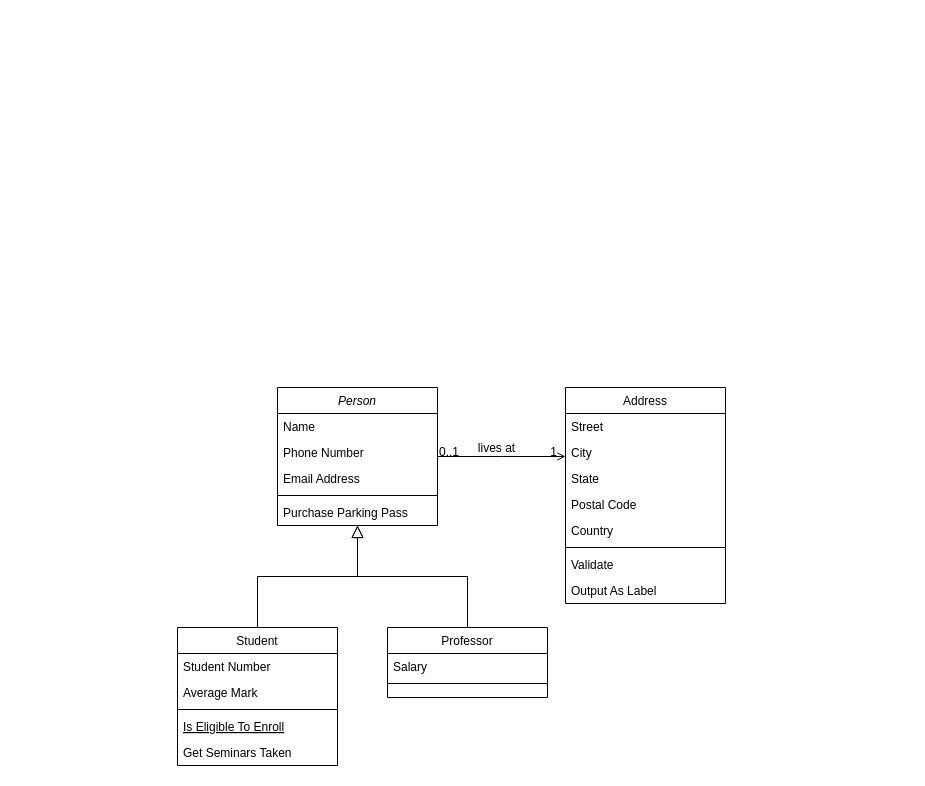
The draw.io diagram Untitled Diagram.drawio in jazzadahack323Gro/Diagrams, before the edit. Source tidied: cells renumbered, new cells numbered last; positions are measured from the earlier drawing's top-left corner, leaving out a move shared by most shapes. Both pictures are drawn from the tidied source at 100%, with x=0, y=0 at pixel (177, 387).
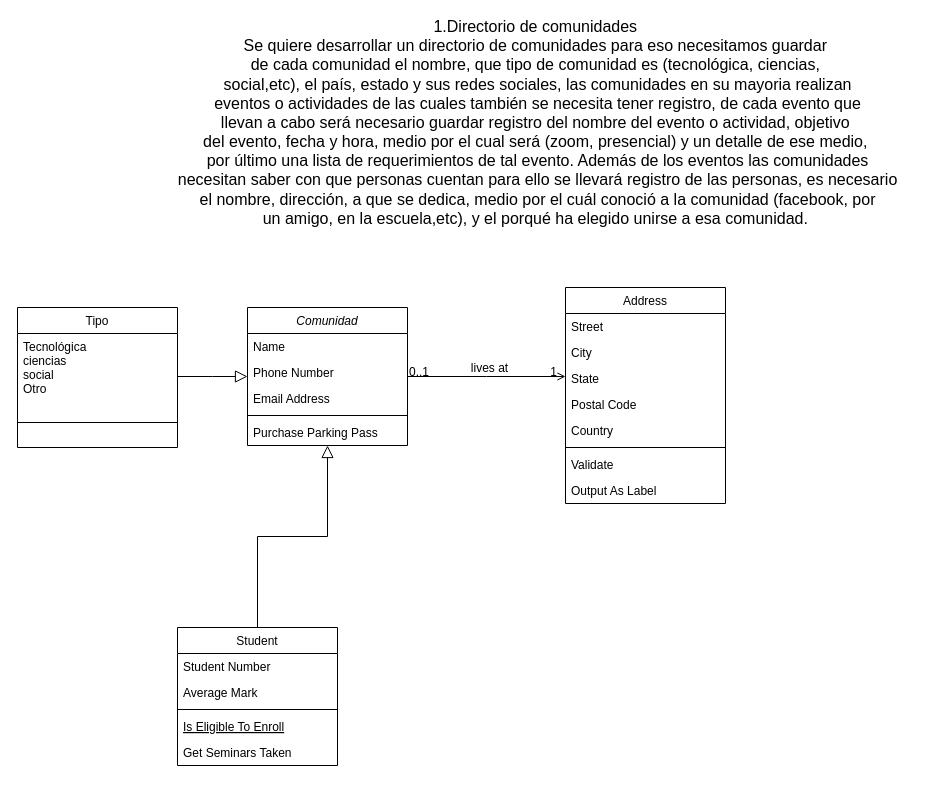
Above is the later version.

Diff of the diagram source:
```diff
@@
-    <mxCell id="2" value="Person" style="swimlane;fontStyle=2;align=center;verticalAlign=top;horizontal=1;startSize=26;rounded=0;shadow=0;strokeWidth=1;" parent="1" vertex="1">
-      <mxGeometry x="100" width="160" height="138" as="geometry" />
+    <mxCell id="2" value="Comunidad" style="swimlane;fontStyle=2;align=center;verticalAlign=top;horizontal=1;startSize=26;rounded=0;shadow=0;strokeWidth=1;" parent="1" vertex="1">
+      <mxGeometry x="70" y="-80" width="160" height="138" as="geometry" />
     </mxCell>
@@
-    <mxCell id="15" value="Professor" style="swimlane;fontStyle=0;align=center;verticalAlign=top;horizontal=1;startSize=26;rounded=0;shadow=0;strokeWidth=1;" parent="1" vertex="1">
-      <mxGeometry x="210" y="240" width="160" height="70" as="geometry" />
+    <mxCell id="15" value="Tipo" style="swimlane;fontStyle=0;align=center;verticalAlign=top;horizontal=1;startSize=26;rounded=0;shadow=0;strokeWidth=1;" parent="1" vertex="1">
+      <mxGeometry x="-160" y="-80" width="160" height="140" as="geometry" />
     </mxCell>
-    <mxCell id="16" value="Salary" style="text;align=left;verticalAlign=top;spacingLeft=4;spacingRight=4;overflow=hidden;" parent="15" vertex="1">
-      <mxGeometry y="26" width="160" height="26" as="geometry" />
+    <mxCell id="16" value="Tecnológica&#10;ciencias &#10;social&#10;Otro" style="text;align=left;verticalAlign=top;spacingLeft=4;spacingRight=4;overflow=hidden;" parent="15" vertex="1">
+      <mxGeometry y="26" width="160" height="64" as="geometry" />
     </mxCell>
     <mxCell id="17" style="line;html=1;strokeWidth=1;align=left;verticalAlign=middle;spacingTop=-1;spacingLeft=3;spacingRight=3;labelPosition=right;" parent="15" vertex="1">
-      <mxGeometry y="52" width="160" height="8" as="geometry" />
+      <mxGeometry y="90" width="160" height="50" as="geometry" />
     </mxCell>
@@
     <mxCell id="19" value="Address" style="swimlane;fontStyle=0;align=center;verticalAlign=top;horizontal=1;startSize=26;rounded=0;shadow=0;strokeWidth=1;" parent="1" vertex="1">
-      <mxGeometry x="388" width="160" height="216" as="geometry" />
+      <mxGeometry x="388" y="-100" width="160" height="216" as="geometry" />
     </mxCell>
@@
+    <mxCell id="32" value="1.Directorio de comunidades&amp;nbsp;&lt;br style=&quot;font-size: 16px;&quot;&gt;Se quiere desarrollar un directorio de comunidades para eso necesitamos guardar&amp;nbsp;&lt;br style=&quot;font-size: 16px;&quot;&gt;de cada comunidad el nombre, que tipo de comunidad es (tecnológica, ciencias,&amp;nbsp;&lt;br style=&quot;font-size: 16px;&quot;&gt;social,etc), el país, estado y sus redes sociales, las comunidades en su mayoria realizan&lt;br style=&quot;font-size: 16px;&quot;&gt;&amp;nbsp;eventos o actividades de las cuales también se necesita tener registro, de cada evento que&amp;nbsp;&lt;br style=&quot;font-size: 16px;&quot;&gt;llevan a cabo será necesario guardar registro del nombre del evento o actividad, objetivo&amp;nbsp;&lt;br style=&quot;font-size: 16px;&quot;&gt;del evento, fecha y hora, medio por el cual será (zoom, presencial) y un detalle de ese medio,&amp;nbsp;&lt;br style=&quot;font-size: 16px;&quot;&gt;por último una lista de requerimientos de tal evento. Además de los eventos las comunidades&lt;br style=&quot;font-size: 16px;&quot;&gt;&amp;nbsp;necesitan saber con que personas cuentan para ello se llevará registro de las personas, es necesario&amp;nbsp;&lt;br style=&quot;font-size: 16px;&quot;&gt;el nombre, dirección, a que se dedica, medio por el cuál conoció a la comunidad (facebook, por &lt;br style=&quot;font-size: 16px;&quot;&gt;un amigo, en la escuela,etc), y el porqué ha elegido unirse a esa comunidad.&amp;nbsp;&lt;br style=&quot;font-size: 16px;&quot;&gt;" style="text;align=center;verticalAlign=middle;strokeColor=none;fillColor=none;opacity=80;html=1;fontSize=16;" parent="1" vertex="1">
+      <mxGeometry x="-10" y="-370" width="740" height="210" as="geometry" />
+    </mxCell>
```
